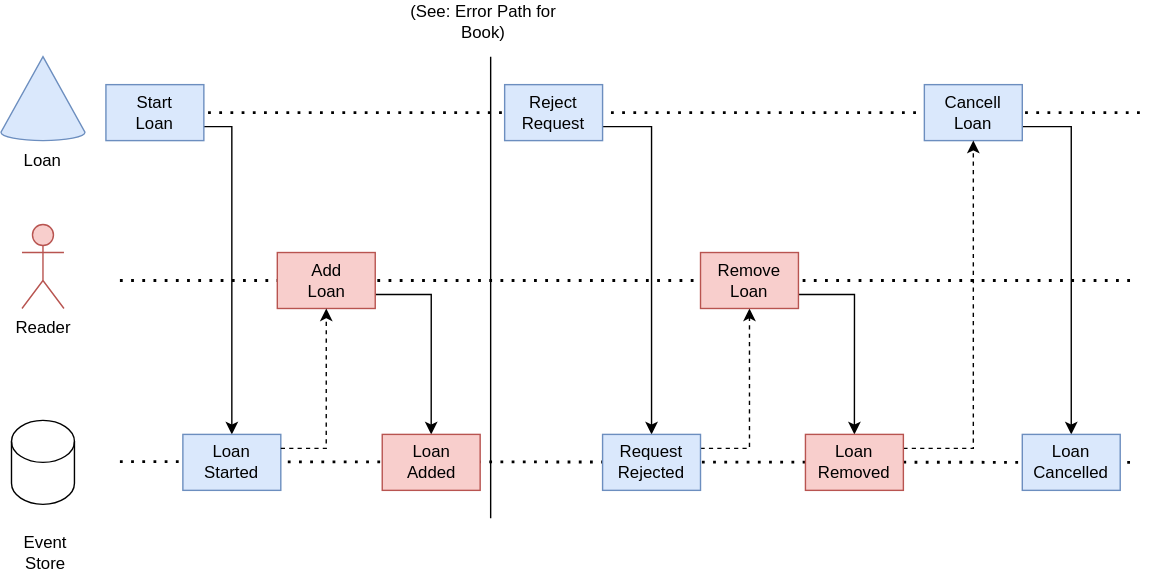
The draw.io diagram implementing-sagas/diagrams/error-path-book-2.svg in open-cqrs/opencqrs-samples, before a commit. Source tidied: cells renumbered, new cells last; positions are measured from the earlier drawing's top-left corner, leaving out a move shared by most shapes.
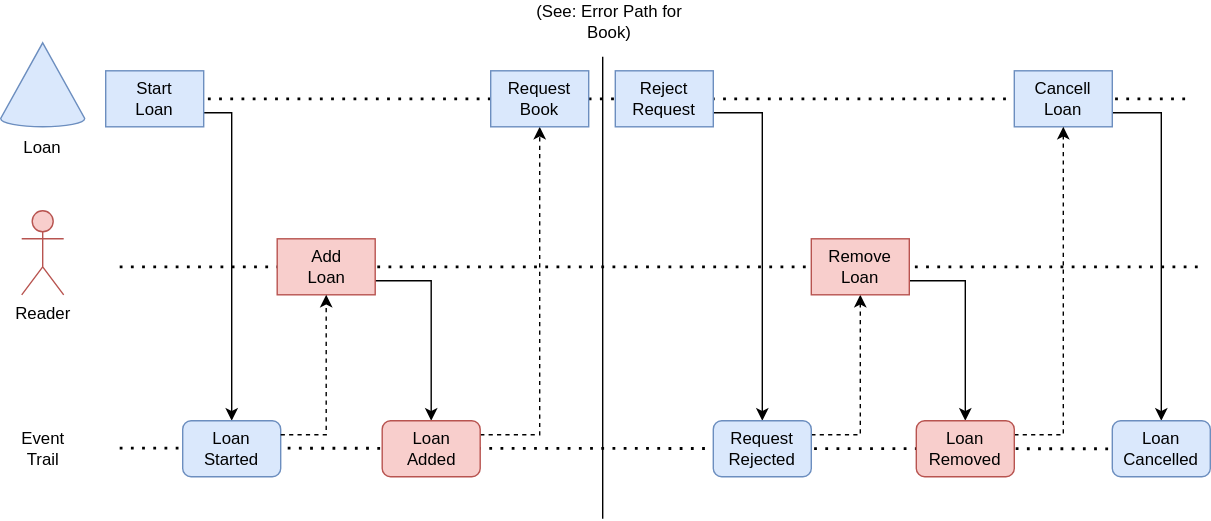
The same file after the commit.

Change to the diagram source:
```diff
@@ -8,18 +8,15 @@
     <mxCell id="3" style="endArrow=none;dashed=1;html=1;dashPattern=1 3;strokeWidth=2;rounded=0;" parent="1" edge="1">
       <mxGeometry relative="1" as="geometry">
         <mxPoint x="84" y="80" as="sourcePoint" />
-        <mxPoint x="820" y="80" as="targetPoint" />
+        <mxPoint x="850" y="80" as="targetPoint" />
       </mxGeometry>
     </mxCell>
     <mxCell id="4" style="endArrow=none;dashed=1;html=1;dashPattern=1 3;strokeWidth=2;rounded=0;" parent="1" edge="1">
       <mxGeometry relative="1" as="geometry">
         <mxPoint x="85" y="200" as="sourcePoint" />
-        <mxPoint x="810" y="200" as="targetPoint" />
+        <mxPoint x="860" y="200" as="targetPoint" />
       </mxGeometry>
     </mxCell>
-    <mxCell id="5" style="shape=cylinder3;whiteSpace=wrap;html=1;boundedLbl=1;backgroundOutline=1;size=15;" parent="1" vertex="1">
-      <mxGeometry x="7.5" y="300" width="45" height="60" as="geometry" />
-    </mxCell>
     <mxCell id="6" style="endArrow=none;dashed=1;html=1;dashPattern=1 3;strokeWidth=2;rounded=0;" parent="1" edge="1">
       <mxGeometry relative="1" as="geometry">
         <mxPoint x="85" y="329.5" as="sourcePoint" />
@@ -38,7 +35,7 @@
     <mxCell id="10" value="Start&lt;br&gt;Loan" style="rounded=0;whiteSpace=wrap;html=1;fillColor=#dae8fc;strokeColor=#6c8ebf;" parent="1" vertex="1">
       <mxGeometry x="75" y="60" width="70" height="40" as="geometry" />
     </mxCell>
-    <mxCell id="11" value="Loan&lt;br&gt;Started" style="rounded=0;whiteSpace=wrap;html=1;fillColor=#dae8fc;strokeColor=#6c8ebf;" parent="1" vertex="1">
+    <mxCell id="11" value="Loan&lt;br&gt;Started" style="rounded=1;whiteSpace=wrap;html=1;fillColor=#dae8fc;strokeColor=#6c8ebf;" parent="1" vertex="1">
       <mxGeometry x="130" y="310" width="70" height="40" as="geometry" />
     </mxCell>
     <mxCell id="12" style="edgeStyle=orthogonalEdgeStyle;rounded=0;jettySize=auto;html=1;exitX=1;exitY=0.75;exitDx=0;exitDy=0;entryX=0.5;entryY=0;entryDx=0;entryDy=0;" parent="1" edge="1" source="13" target="18">
@@ -51,53 +48,59 @@
       <mxGeometry relative="1" as="geometry" />
     </mxCell>
     <mxCell id="15" value="Cancell&lt;br&gt;Loan" style="rounded=0;whiteSpace=wrap;html=1;fillColor=#dae8fc;strokeColor=#6c8ebf;" parent="1" vertex="1">
-      <mxGeometry x="660" y="60" width="70" height="40" as="geometry" />
+      <mxGeometry x="724" y="60" width="70" height="40" as="geometry" />
     </mxCell>
     <mxCell id="16" style="edgeStyle=orthogonalEdgeStyle;rounded=0;jettySize=auto;html=1;exitX=1;exitY=0.25;exitDx=0;exitDy=0;entryX=0.5;entryY=1;entryDx=0;entryDy=0;dashed=1;" parent="1" edge="1" source="11" target="13">
       <mxGeometry relative="1" as="geometry" />
     </mxCell>
-    <mxCell id="17" value="Loan&lt;br&gt;Cancelled" style="rounded=0;whiteSpace=wrap;html=1;fillColor=#dae8fc;strokeColor=#6c8ebf;" parent="1" vertex="1">
-      <mxGeometry x="730" y="310" width="70" height="40" as="geometry" />
+    <mxCell id="17" value="Loan&lt;br&gt;Cancelled" style="rounded=1;whiteSpace=wrap;html=1;fillColor=#dae8fc;strokeColor=#6c8ebf;" parent="1" vertex="1">
+      <mxGeometry x="794" y="310" width="70" height="40" as="geometry" />
     </mxCell>
+    <mxCell id="31" style="edgeStyle=orthogonalEdgeStyle;rounded=0;jettySize=auto;html=1;exitX=1;exitY=0.25;exitDx=0;exitDy=0;entryX=0.5;entryY=1;entryDx=0;entryDy=0;dashed=1;" parent="1" edge="1" source="18" target="33">
+      <mxGeometry relative="1" as="geometry" />
+    </mxCell>
-    <mxCell id="18" value="Loan&lt;br&gt;Added" style="rounded=0;whiteSpace=wrap;html=1;fillColor=#f8cecc;strokeColor=#b85450;" parent="1" vertex="1">
+    <mxCell id="18" value="Loan&lt;br&gt;Added" style="rounded=1;whiteSpace=wrap;html=1;fillColor=#f8cecc;strokeColor=#b85450;" parent="1" vertex="1">
       <mxGeometry x="272.5" y="310" width="70" height="40" as="geometry" />
     </mxCell>
     <mxCell id="19" style="edgeStyle=orthogonalEdgeStyle;rounded=0;jettySize=auto;html=1;exitX=1;exitY=0.75;exitDx=0;exitDy=0;entryX=0.5;entryY=0;entryDx=0;entryDy=0;" parent="1" edge="1" source="20" target="23">
       <mxGeometry relative="1" as="geometry" />
     </mxCell>
     <mxCell id="20" value="Reject Request" style="rounded=0;whiteSpace=wrap;html=1;fillColor=#dae8fc;strokeColor=#6c8ebf;" parent="1" vertex="1">
-      <mxGeometry x="360" y="60" width="70" height="40" as="geometry" />
+      <mxGeometry x="439" y="60" width="70" height="40" as="geometry" />
     </mxCell>
     <mxCell id="21" style="endArrow=none;html=1;rounded=0;" parent="1" edge="1">
       <mxGeometry relative="1" as="geometry">
-        <mxPoint x="350" y="370" as="sourcePoint" />
-        <mxPoint x="350" y="40" as="targetPoint" />
+        <mxPoint x="430" y="380" as="sourcePoint" />
+        <mxPoint x="430" y="50" as="targetPoint" />
       </mxGeometry>
     </mxCell>
     <mxCell id="22" style="edgeStyle=orthogonalEdgeStyle;rounded=0;jettySize=auto;html=1;exitX=1;exitY=0.25;exitDx=0;exitDy=0;entryX=0.5;entryY=1;entryDx=0;entryDy=0;dashed=1;" parent="1" edge="1" source="23" target="25">
       <mxGeometry relative="1" as="geometry" />
     </mxCell>
-    <mxCell id="23" value="Request&lt;br&gt;Rejected" style="rounded=0;whiteSpace=wrap;html=1;fillColor=#dae8fc;strokeColor=#6c8ebf;" parent="1" vertex="1">
-      <mxGeometry x="430" y="310" width="70" height="40" as="geometry" />
+    <mxCell id="23" value="Request&lt;br&gt;Rejected" style="rounded=1;whiteSpace=wrap;html=1;fillColor=#dae8fc;strokeColor=#6c8ebf;" parent="1" vertex="1">
+      <mxGeometry x="509" y="310" width="70" height="40" as="geometry" />
     </mxCell>
     <mxCell id="24" style="edgeStyle=orthogonalEdgeStyle;rounded=0;jettySize=auto;html=1;exitX=1;exitY=0.75;exitDx=0;exitDy=0;entryX=0.5;entryY=0;entryDx=0;entryDy=0;" parent="1" edge="1" source="25" target="27">
       <mxGeometry relative="1" as="geometry" />
     </mxCell>
     <mxCell id="25" value="Remove&lt;br&gt;Loan" style="rounded=0;whiteSpace=wrap;html=1;fillColor=#f8cecc;strokeColor=#b85450;" parent="1" vertex="1">
-      <mxGeometry x="500" y="180" width="70" height="40" as="geometry" />
+      <mxGeometry x="579" y="180" width="70" height="40" as="geometry" />
     </mxCell>
     <mxCell id="26" style="edgeStyle=orthogonalEdgeStyle;rounded=0;jettySize=auto;html=1;exitX=1;exitY=0.25;exitDx=0;exitDy=0;entryX=0.5;entryY=1;entryDx=0;entryDy=0;dashed=1;" parent="1" edge="1" source="27" target="15">
       <mxGeometry relative="1" as="geometry" />
     </mxCell>
-    <mxCell id="27" value="Loan&lt;br&gt;Removed" style="rounded=0;whiteSpace=wrap;html=1;fillColor=#f8cecc;strokeColor=#b85450;" parent="1" vertex="1">
-      <mxGeometry x="575" y="310" width="70" height="40" as="geometry" />
+    <mxCell id="27" value="Loan&lt;br&gt;Removed" style="rounded=1;whiteSpace=wrap;html=1;fillColor=#f8cecc;strokeColor=#b85450;" parent="1" vertex="1">
+      <mxGeometry x="654" y="310" width="70" height="40" as="geometry" />
     </mxCell>
     <mxCell id="28" value="(See: Error Path for Book)" style="text;html=1;align=center;verticalAlign=middle;whiteSpace=wrap;rounded=0;" parent="1" vertex="1">
-      <mxGeometry x="280" width="130" height="30" as="geometry" />
+      <mxGeometry x="370" y="10" width="130" height="30" as="geometry" />
     </mxCell>
-    <mxCell id="29" value="Event&lt;br&gt;Store" style="text;html=1;align=center;verticalAlign=middle;whiteSpace=wrap;rounded=0;" parent="1" vertex="1">
-      <mxGeometry x="2.5" y="380" width="60" height="30" as="geometry" />
-    </mxCell>
+    <mxCell id="32" value="Event&lt;br&gt;Trail" style="text;html=1;align=center;verticalAlign=middle;strokeColor=none;fillColor=none;" parent="1" vertex="1">
+      <mxGeometry x="5" y="310" width="50" height="40" as="geometry" />
+    </mxCell>
+    <mxCell id="33" value="Request&lt;br&gt;Book" style="rounded=0;whiteSpace=wrap;html=1;fillColor=#dae8fc;strokeColor=#6c8ebf;" parent="1" vertex="1">
+      <mxGeometry x="350" y="60" width="70" height="40" as="geometry" />
+    </mxCell>
     <mxCell id="30" value="Commands &amp; Events" parent="0" />
   </root>
 </mxGraphModel>
```
